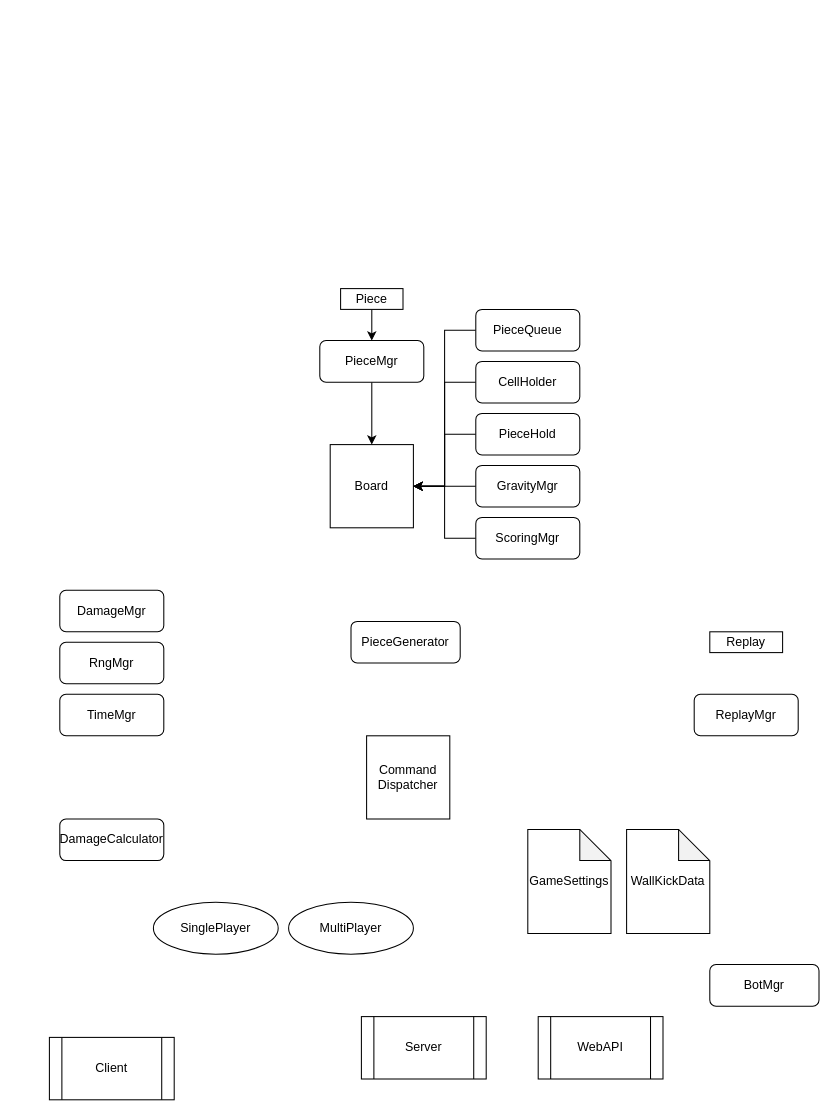
The draw.io diagram docs/Quader.drawio in MonkeFix/Quader, before the edit. Source tidied: cells renumbered, new cells numbered last; positions are measured from the earlier drawing's top-left corner, leaving out a move shared by most shapes. Both pictures are drawn from the tidied source at 104%, with x=0, y=0 at pixel (49, 288).
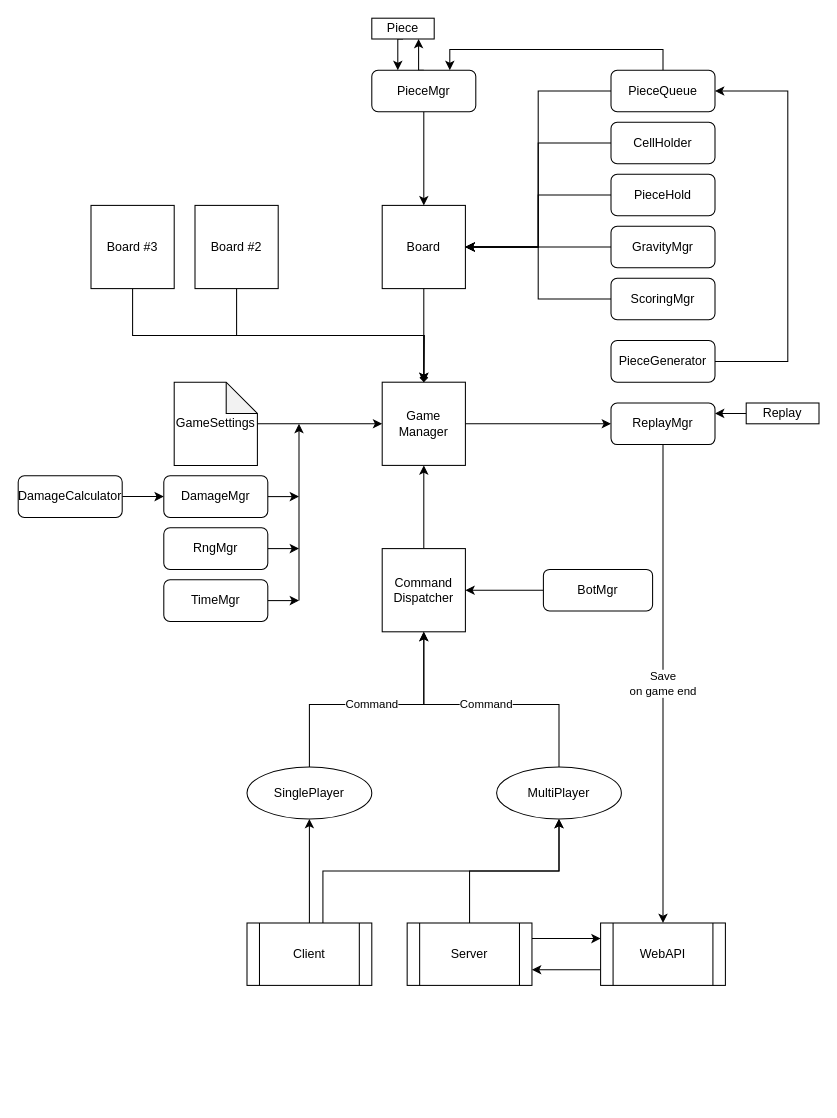
The same diagram, later.

Change to the diagram source:
```diff
@@
+    <mxCell id="33" style="edgeStyle=orthogonalEdgeStyle;rounded=0;jettySize=auto;html=1;exitX=0.5;exitY=1;exitDx=0;exitDy=0;entryX=0.5;entryY=0;entryDx=0;entryDy=0;" parent="1" edge="1" source="2" target="54">
+      <mxGeometry relative="1" as="geometry" />
+    </mxCell>
     <mxCell id="2" value="&lt;div&gt;Board&lt;/div&gt;" style="whiteSpace=wrap;html=1;" parent="1" vertex="1">
-      <mxGeometry x="270" y="150" width="80" height="80" as="geometry" />
+      <mxGeometry x="320" y="-80" width="80" height="80" as="geometry" />
     </mxCell>
-    <mxCell id="3" style="edgeStyle=orthogonalEdgeStyle;rounded=0;jettySize=auto;html=1;entryX=0.5;entryY=0;entryDx=0;entryDy=0;" parent="1" edge="1" source="4" target="6">
+    <mxCell id="3" style="edgeStyle=orthogonalEdgeStyle;rounded=0;jettySize=auto;html=1;exitX=0.5;exitY=1;exitDx=0;exitDy=0;entryX=0.25;entryY=0;entryDx=0;entryDy=0;" parent="1" edge="1" source="4" target="6">
       <mxGeometry relative="1" as="geometry" />
     </mxCell>
     <mxCell id="4" value="&lt;div&gt;Piece&lt;/div&gt;" style="rounded=0;whiteSpace=wrap;html=1;" parent="1" vertex="1">
-      <mxGeometry x="280" width="60" height="20" as="geometry" />
+      <mxGeometry x="310" y="-260" width="60" height="20" as="geometry" />
     </mxCell>
@@
+    <mxCell id="34" style="edgeStyle=orthogonalEdgeStyle;rounded=0;jettySize=auto;html=1;exitX=0.5;exitY=0;exitDx=0;exitDy=0;entryX=0.75;entryY=1;entryDx=0;entryDy=0;" parent="1" edge="1" source="6" target="4">
+      <mxGeometry relative="1" as="geometry" />
+    </mxCell>
     <mxCell id="6" value="&lt;div&gt;PieceMgr&lt;/div&gt;" style="rounded=1;whiteSpace=wrap;html=1;" parent="1" vertex="1">
-      <mxGeometry x="260" y="50" width="100" height="40" as="geometry" />
+      <mxGeometry x="310" y="-210" width="100" height="40" as="geometry" />
     </mxCell>
@@
+    <mxCell id="35" style="edgeStyle=orthogonalEdgeStyle;rounded=0;jettySize=auto;html=1;exitX=0.5;exitY=0;exitDx=0;exitDy=0;entryX=0.75;entryY=0;entryDx=0;entryDy=0;" parent="1" edge="1" source="8" target="6">
+      <mxGeometry relative="1" as="geometry" />
+    </mxCell>
     <mxCell id="8" value="PieceQueue" style="rounded=1;whiteSpace=wrap;html=1;" parent="1" vertex="1">
-      <mxGeometry x="410" y="20" width="100" height="40" as="geometry" />
+      <mxGeometry x="540" y="-210" width="100" height="40" as="geometry" />
     </mxCell>
+    <mxCell id="36" style="edgeStyle=orthogonalEdgeStyle;rounded=0;jettySize=auto;html=1;exitX=1;exitY=0.5;exitDx=0;exitDy=0;entryX=1;entryY=0.5;entryDx=0;entryDy=0;" parent="1" edge="1" source="9" target="8">
+      <mxGeometry relative="1" as="geometry">
+        <Array as="points">
+          <mxPoint x="710" y="70" />
+          <mxPoint x="710" y="-190" />
+        </Array>
+      </mxGeometry>
+    </mxCell>
     <mxCell id="9" value="&lt;div&gt;PieceGenerator&lt;/div&gt;" style="rounded=1;whiteSpace=wrap;html=1;" parent="1" vertex="1">
-      <mxGeometry x="290" y="320" width="105" height="40" as="geometry" />
+      <mxGeometry x="540" y="50" width="100" height="40" as="geometry" />
     </mxCell>
@@
     <mxCell id="11" value="&lt;div&gt;PieceHold&lt;/div&gt;" style="rounded=1;whiteSpace=wrap;html=1;" parent="1" vertex="1">
-      <mxGeometry x="410" y="120" width="100" height="40" as="geometry" />
+      <mxGeometry x="540" y="-110" width="100" height="40" as="geometry" />
     </mxCell>
+    <mxCell id="37" style="edgeStyle=orthogonalEdgeStyle;rounded=0;jettySize=auto;html=1;exitX=1;exitY=0.5;exitDx=0;exitDy=0;entryX=0;entryY=0.5;entryDx=0;entryDy=0;" parent="1" edge="1" source="12" target="18">
+      <mxGeometry relative="1" as="geometry" />
+    </mxCell>
     <mxCell id="12" value="&lt;div&gt;DamageCalculator&lt;/div&gt;" style="rounded=1;whiteSpace=wrap;html=1;" parent="1" vertex="1">
-      <mxGeometry x="10" y="510" width="100" height="40" as="geometry" />
+      <mxGeometry x="-30" y="180" width="100" height="40" as="geometry" />
     </mxCell>
@@
     <mxCell id="14" value="&lt;div&gt;GravityMgr&lt;/div&gt;" style="rounded=1;whiteSpace=wrap;html=1;" parent="1" vertex="1">
-      <mxGeometry x="410" y="170" width="100" height="40" as="geometry" />
+      <mxGeometry x="540" y="-60" width="100" height="40" as="geometry" />
     </mxCell>
+    <mxCell id="38" style="edgeStyle=orthogonalEdgeStyle;rounded=0;jettySize=auto;html=1;entryX=0;entryY=0.5;entryDx=0;entryDy=0;" parent="1" edge="1" source="15" target="54">
+      <mxGeometry relative="1" as="geometry" />
+    </mxCell>
     <mxCell id="15" value="&lt;div&gt;GameSettings&lt;/div&gt;" style="shape=note;whiteSpace=wrap;html=1;backgroundOutline=1;darkOpacity=0.05;" parent="1" vertex="1">
-      <mxGeometry x="460" y="520" width="80" height="100" as="geometry" />
+      <mxGeometry x="120" y="90" width="80" height="80" as="geometry" />
     </mxCell>
@@
     <mxCell id="17" value="&lt;div&gt;ScoringMgr&lt;/div&gt;" style="rounded=1;whiteSpace=wrap;html=1;" parent="1" vertex="1">
-      <mxGeometry x="410" y="220" width="100" height="40" as="geometry" />
+      <mxGeometry x="540" y="-10" width="100" height="40" as="geometry" />
     </mxCell>
+    <mxCell id="39" style="edgeStyle=orthogonalEdgeStyle;rounded=0;jettySize=auto;html=1;" parent="1" edge="1" source="18">
+      <mxGeometry relative="1" as="geometry">
+        <mxPoint x="240" y="200" as="targetPoint" />
+      </mxGeometry>
+    </mxCell>
     <mxCell id="18" value="DamageMgr" style="rounded=1;whiteSpace=wrap;html=1;" parent="1" vertex="1">
-      <mxGeometry x="10" y="290" width="100" height="40" as="geometry" />
+      <mxGeometry x="110" y="180" width="100" height="40" as="geometry" />
     </mxCell>
+    <mxCell id="40" style="edgeStyle=orthogonalEdgeStyle;rounded=0;jettySize=auto;html=1;entryX=1;entryY=0.25;entryDx=0;entryDy=0;" parent="1" edge="1" source="19" target="22">
+      <mxGeometry relative="1" as="geometry" />
+    </mxCell>
     <mxCell id="19" value="Replay" style="rounded=0;whiteSpace=wrap;html=1;" parent="1" vertex="1">
-      <mxGeometry x="635" y="330" width="70" height="20" as="geometry" />
+      <mxGeometry x="670" y="110" width="70" height="20" as="geometry" />
     </mxCell>
+    <mxCell id="41" style="edgeStyle=orthogonalEdgeStyle;rounded=0;jettySize=auto;html=1;" parent="1" edge="1" source="20">
+      <mxGeometry relative="1" as="geometry">
+        <mxPoint x="240" y="250" as="targetPoint" />
+      </mxGeometry>
+    </mxCell>
     <mxCell id="20" value="RngMgr" style="rounded=1;whiteSpace=wrap;html=1;" parent="1" vertex="1">
-      <mxGeometry x="10" y="340" width="100" height="40" as="geometry" />
+      <mxGeometry x="110" y="230" width="100" height="40" as="geometry" />
     </mxCell>
+    <mxCell id="42" style="edgeStyle=orthogonalEdgeStyle;rounded=0;jettySize=auto;html=1;exitX=1;exitY=0.5;exitDx=0;exitDy=0;" parent="1" edge="1" source="21">
+      <mxGeometry relative="1" as="geometry">
+        <mxPoint x="240" y="300" as="targetPoint" />
+      </mxGeometry>
+    </mxCell>
     <mxCell id="21" value="TimeMgr" style="rounded=1;whiteSpace=wrap;html=1;" parent="1" vertex="1">
-      <mxGeometry x="10" y="390" width="100" height="40" as="geometry" />
+      <mxGeometry x="110" y="280" width="100" height="40" as="geometry" />
     </mxCell>
+    <mxCell id="43" value="&lt;div&gt;Save&lt;/div&gt;&lt;div&gt;on game end&lt;br&gt;&lt;/div&gt;" style="edgeStyle=orthogonalEdgeStyle;rounded=0;jettySize=auto;html=1;entryX=0.5;entryY=0;entryDx=0;entryDy=0;" parent="1" edge="1" source="22" target="25">
+      <mxGeometry relative="1" as="geometry" />
+    </mxCell>
     <mxCell id="22" value="ReplayMgr" style="rounded=1;whiteSpace=wrap;html=1;" parent="1" vertex="1">
-      <mxGeometry x="620" y="390" width="100" height="40" as="geometry" />
+      <mxGeometry x="540" y="110" width="100" height="40" as="geometry" />
     </mxCell>
+    <mxCell id="44" style="edgeStyle=orthogonalEdgeStyle;rounded=0;jettySize=auto;html=1;" parent="1" edge="1" source="23" target="31">
+      <mxGeometry relative="1" as="geometry" />
+    </mxCell>
+    <mxCell id="45" style="edgeStyle=orthogonalEdgeStyle;rounded=0;jettySize=auto;html=1;exitX=1;exitY=0.25;exitDx=0;exitDy=0;entryX=0;entryY=0.25;entryDx=0;entryDy=0;" parent="1" edge="1" source="23" target="25">
+      <mxGeometry relative="1" as="geometry" />
+    </mxCell>
     <mxCell id="23" value="Server" style="shape=process;whiteSpace=wrap;html=1;backgroundOutline=1;" parent="1" vertex="1">
-      <mxGeometry x="300" y="700" width="120" height="60" as="geometry" />
+      <mxGeometry x="344" y="610" width="120" height="60" as="geometry" />
     </mxCell>
+    <mxCell id="46" style="edgeStyle=orthogonalEdgeStyle;rounded=0;jettySize=auto;html=1;entryX=0.5;entryY=1;entryDx=0;entryDy=0;" parent="1" edge="1" source="24" target="30">
+      <mxGeometry relative="1" as="geometry" />
+    </mxCell>
+    <mxCell id="47" style="edgeStyle=orthogonalEdgeStyle;rounded=0;jettySize=auto;html=1;entryX=0.5;entryY=1;entryDx=0;entryDy=0;" parent="1" edge="1" target="31">
+      <mxGeometry relative="1" as="geometry">
+        <mxPoint x="263" y="610" as="sourcePoint" />
+        <Array as="points">
+          <mxPoint x="263" y="560" />
+          <mxPoint x="490" y="560" />
+        </Array>
+      </mxGeometry>
+    </mxCell>
     <mxCell id="24" value="Client" style="shape=process;whiteSpace=wrap;html=1;backgroundOutline=1;" parent="1" vertex="1">
-      <mxGeometry y="720" width="120" height="60" as="geometry" />
+      <mxGeometry x="190" y="610" width="120" height="60" as="geometry" />
     </mxCell>
+    <mxCell id="48" style="edgeStyle=orthogonalEdgeStyle;rounded=0;jettySize=auto;html=1;exitX=0;exitY=0.75;exitDx=0;exitDy=0;entryX=1;entryY=0.75;entryDx=0;entryDy=0;" parent="1" edge="1" source="25" target="23">
+      <mxGeometry relative="1" as="geometry" />
+    </mxCell>
     <mxCell id="25" value="WebAPI" style="shape=process;whiteSpace=wrap;html=1;backgroundOutline=1;" parent="1" vertex="1">
-      <mxGeometry x="470" y="700" width="120" height="60" as="geometry" />
+      <mxGeometry x="530" y="610" width="120" height="60" as="geometry" />
     </mxCell>
-    <mxCell id="26" value="WallKickData" style="shape=note;whiteSpace=wrap;html=1;backgroundOutline=1;darkOpacity=0.05;" parent="1" vertex="1">
-      <mxGeometry x="555" y="520" width="80" height="100" as="geometry" />
-    </mxCell>
+    <mxCell id="49" style="edgeStyle=orthogonalEdgeStyle;rounded=0;jettySize=auto;html=1;entryX=0.5;entryY=1;entryDx=0;entryDy=0;" parent="1" edge="1" source="27" target="54">
+      <mxGeometry relative="1" as="geometry" />
+    </mxCell>
     <mxCell id="27" value="&lt;div&gt;Command&lt;/div&gt;&lt;div&gt;Dispatcher&lt;br&gt;&lt;/div&gt;" style="whiteSpace=wrap;html=1;" parent="1" vertex="1">
-      <mxGeometry x="305" y="430" width="80" height="80" as="geometry" />
+      <mxGeometry x="320" y="250" width="80" height="80" as="geometry" />
     </mxCell>
@@
     <mxCell id="29" value="CellHolder" style="rounded=1;whiteSpace=wrap;html=1;" parent="1" vertex="1">
-      <mxGeometry x="410" y="70" width="100" height="40" as="geometry" />
+      <mxGeometry x="540" y="-160" width="100" height="40" as="geometry" />
     </mxCell>
+    <mxCell id="50" value="Command" style="edgeStyle=orthogonalEdgeStyle;rounded=0;jettySize=auto;html=1;entryX=0.5;entryY=1;entryDx=0;entryDy=0;" parent="1" edge="1" source="30" target="27">
+      <mxGeometry relative="1" as="geometry">
+        <Array as="points">
+          <mxPoint x="250" y="400" />
+          <mxPoint x="360" y="400" />
+        </Array>
+      </mxGeometry>
+    </mxCell>
     <mxCell id="30" value="SinglePlayer" style="ellipse;whiteSpace=wrap;html=1;" parent="1" vertex="1">
-      <mxGeometry x="100" y="590" width="120" height="50" as="geometry" />
+      <mxGeometry x="190" y="460" width="120" height="50" as="geometry" />
     </mxCell>
+    <mxCell id="51" value="Command" style="edgeStyle=orthogonalEdgeStyle;rounded=0;jettySize=auto;html=1;entryX=0.5;entryY=1;entryDx=0;entryDy=0;" parent="1" edge="1" source="31" target="27">
+      <mxGeometry relative="1" as="geometry">
+        <Array as="points">
+          <mxPoint x="490" y="400" />
+          <mxPoint x="360" y="400" />
+        </Array>
+      </mxGeometry>
+    </mxCell>
     <mxCell id="31" value="MultiPlayer" style="ellipse;whiteSpace=wrap;html=1;" parent="1" vertex="1">
-      <mxGeometry x="230" y="590" width="120" height="50" as="geometry" />
+      <mxGeometry x="430" y="460" width="120" height="50" as="geometry" />
     </mxCell>
+    <mxCell id="52" style="edgeStyle=orthogonalEdgeStyle;rounded=0;jettySize=auto;html=1;entryX=1;entryY=0.5;entryDx=0;entryDy=0;" parent="1" edge="1" source="32" target="27">
+      <mxGeometry relative="1" as="geometry" />
+    </mxCell>
     <mxCell id="32" value="BotMgr" style="rounded=1;whiteSpace=wrap;html=1;" parent="1" vertex="1">
-      <mxGeometry x="635" y="650" width="105" height="40" as="geometry" />
+      <mxGeometry x="475" y="270" width="105" height="40" as="geometry" />
     </mxCell>
+    <mxCell id="53" style="edgeStyle=orthogonalEdgeStyle;rounded=0;jettySize=auto;html=1;entryX=0;entryY=0.5;entryDx=0;entryDy=0;" parent="1" edge="1" source="54" target="22">
+      <mxGeometry relative="1" as="geometry" />
+    </mxCell>
+    <mxCell id="54" value="&lt;div&gt;Game&lt;/div&gt;&lt;div&gt;Manager&lt;br&gt;&lt;/div&gt;" style="whiteSpace=wrap;html=1;" parent="1" vertex="1">
+      <mxGeometry x="320" y="90" width="80" height="80" as="geometry" />
+    </mxCell>
+    <mxCell id="55" style="edgeStyle=orthogonalEdgeStyle;rounded=0;jettySize=auto;html=1;exitX=0.5;exitY=1;exitDx=0;exitDy=0;entryX=0.5;entryY=0;entryDx=0;entryDy=0;" parent="1" edge="1" source="56" target="54">
+      <mxGeometry relative="1" as="geometry" />
+    </mxCell>
+    <mxCell id="56" value="&lt;div&gt;Board #2&lt;/div&gt;" style="whiteSpace=wrap;html=1;" parent="1" vertex="1">
+      <mxGeometry x="140" y="-80" width="80" height="80" as="geometry" />
+    </mxCell>
+    <mxCell id="57" style="edgeStyle=orthogonalEdgeStyle;rounded=0;jettySize=auto;html=1;exitX=0.5;exitY=1;exitDx=0;exitDy=0;endArrow=diamond;endFill=1;strokeColor=default;" parent="1" edge="1" source="58">
+      <mxGeometry relative="1" as="geometry">
+        <mxPoint x="360" y="90" as="targetPoint" />
+      </mxGeometry>
+    </mxCell>
+    <mxCell id="58" value="Board #3" style="whiteSpace=wrap;html=1;" parent="1" vertex="1">
+      <mxGeometry x="40" y="-80" width="80" height="80" as="geometry" />
+    </mxCell>
+    <mxCell id="59" style="endArrow=classic;html=1;rounded=0;" parent="1" edge="1">
+      <mxGeometry relative="1" as="geometry">
+        <mxPoint x="240" y="300" as="sourcePoint" />
+        <mxPoint x="240" y="130" as="targetPoint" />
+      </mxGeometry>
+    </mxCell>
```
